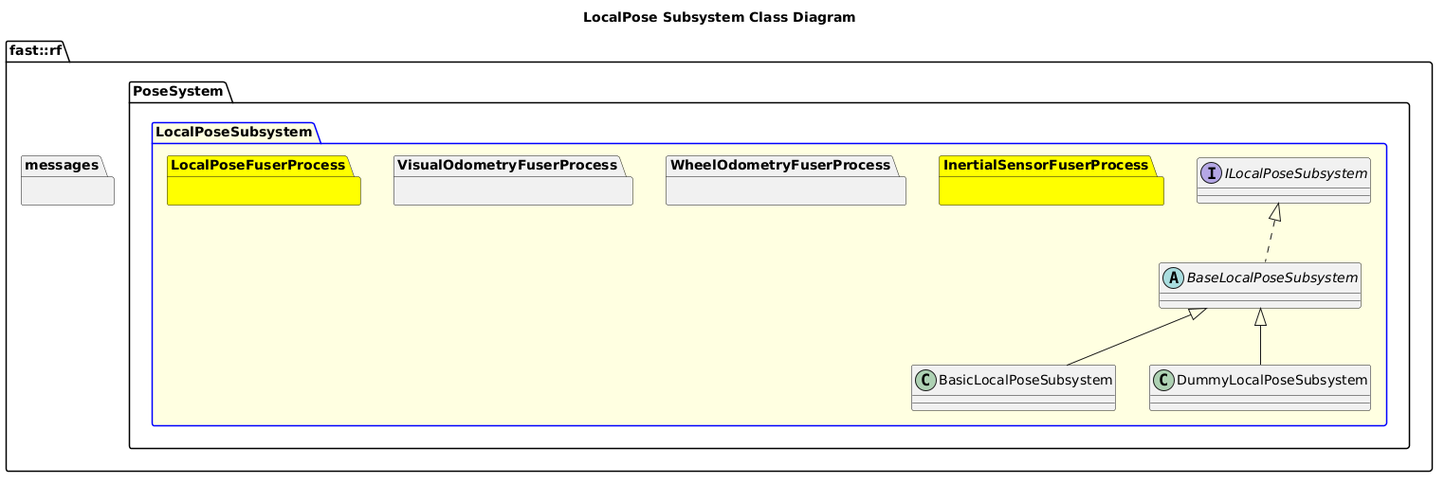
Before: Systems/Pose/Subsystems/LocalPose/doc/puml/LocalPoseSubsystemClassDiagram.png, a diagram exported from PlantUML (fastrobotics/robot_framework). The source it was exported from:
```plantuml
@startuml
title LocalPose Subsystem Class Diagram
namespace fast::rf {
  namespace messages {
  }
  namespace PoseSystem {
    package LocalPoseSubsystem #LightYellow;line:blue {
      interface ILocalPoseSubsystem {

      }
      abstract BaseLocalPoseSubsystem {

      }
      BaseLocalPoseSubsystem .up.|> ILocalPoseSubsystem
      class BasicLocalPoseSubsystem {
      }
      BasicLocalPoseSubsystem -up-|> BaseLocalPoseSubsystem
      class DummyLocalPoseSubsystem {
      }
      DummyLocalPoseSubsystem -up-|> BaseLocalPoseSubsystem
      namespace InertialSensorFuserProcess #Yellow {

      }
      namespace WheelOdometryFuserProcess {

      }
      namespace VisualOdometryFuserProcess {

      }
      namespace LocalPoseFuserProcess #Yellow {

      }

    }
  }
}
@enduml
```
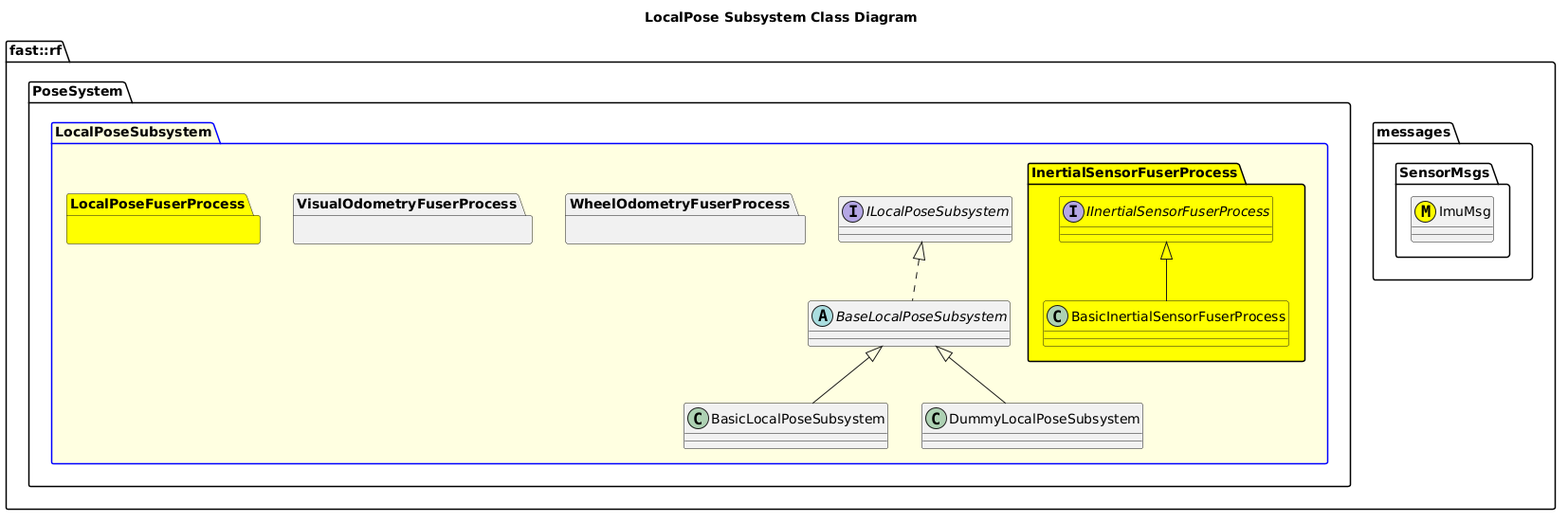
After the commit.

Diff of the diagram source:
```diff
@@ -2,6 +2,9 @@
 title LocalPose Subsystem Class Diagram
 namespace fast::rf {
   namespace messages {
+    namespace SensorMsgs {
+      class ImuMsg <<(M,#FFFF00)>>
+    }
   }
   namespace PoseSystem {
     package LocalPoseSubsystem #LightYellow;line:blue {
@@ -19,6 +22,9 @@
       }
       DummyLocalPoseSubsystem -up-|> BaseLocalPoseSubsystem
       namespace InertialSensorFuserProcess #Yellow {
+        interface IInertialSensorFuserProcess #Yellow {}
+        class BasicInertialSensorFuserProcess #Yellow {}
+        BasicInertialSensorFuserProcess -up-|> IInertialSensorFuserProcess
 
       }
       namespace WheelOdometryFuserProcess {
```
